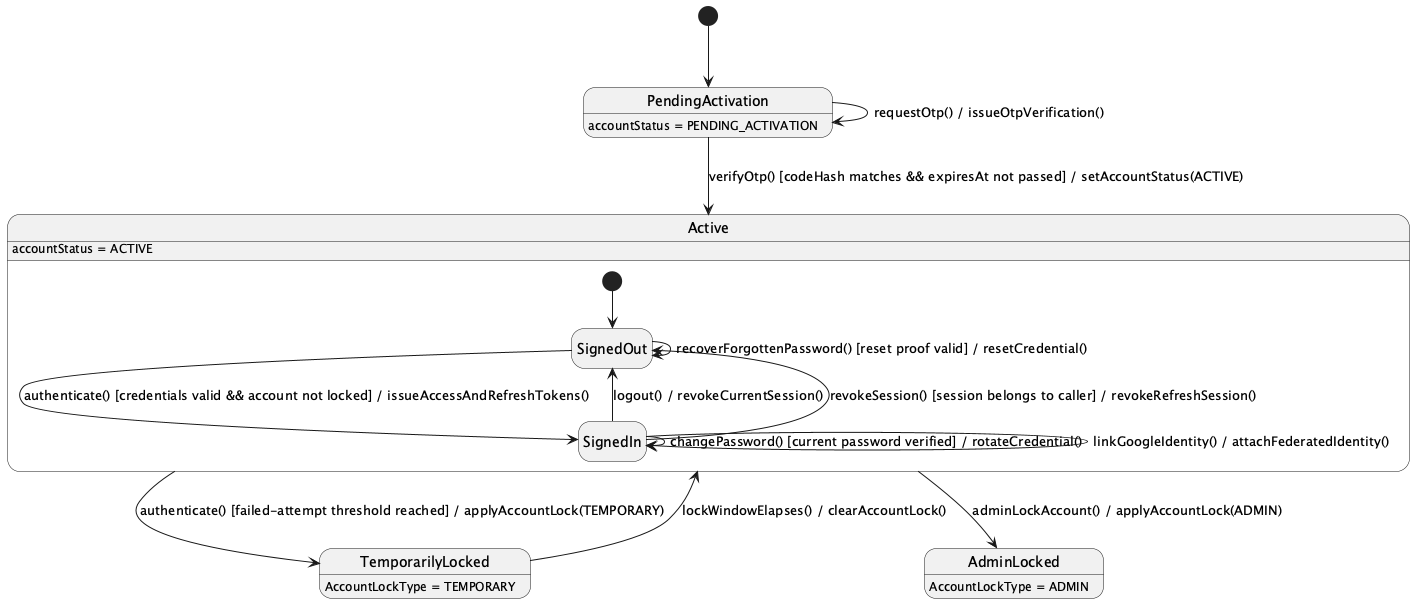
ChuongBDHE172784/CareBridge_SEP490_G79 keeps this PlantUML diagram as 03_Design/Detailed_Design/MF01_Account_Trust_Access_Control/images/01_Account_Registration_Authentication_and_Sessions_StateChartDiagram.png. Above is the earlier version. Its diagram source:
```plantuml
@startuml
hide empty description
[*] --> PendingActivation

PendingActivation --> PendingActivation : requestOtp() / issueOtpVerification()
PendingActivation --> Active : verifyOtp() [codeHash matches && expiresAt not passed] / setAccountStatus(ACTIVE)

Active --> TemporarilyLocked : authenticate() [failed-attempt threshold reached] / applyAccountLock(TEMPORARY)
TemporarilyLocked --> Active : lockWindowElapses() / clearAccountLock()
Active --> AdminLocked : adminLockAccount() / applyAccountLock(ADMIN)

state Active {
  [*] --> SignedOut
  SignedOut --> SignedIn : authenticate() [credentials valid && account not locked] / issueAccessAndRefreshTokens()
  SignedIn --> SignedOut : logout() / revokeCurrentSession()
  SignedIn --> SignedOut : revokeSession() [session belongs to caller] / revokeRefreshSession()
  SignedIn --> SignedIn : changePassword() [current password verified] / rotateCredential()
  SignedIn --> SignedIn : linkGoogleIdentity() / attachFederatedIdentity()
  SignedOut --> SignedOut : recoverForgottenPassword() [reset proof valid] / resetCredential()
}

PendingActivation : accountStatus = PENDING_ACTIVATION
Active : accountStatus = ACTIVE
TemporarilyLocked : AccountLockType = TEMPORARY
AdminLocked : AccountLockType = ADMIN
@enduml
```
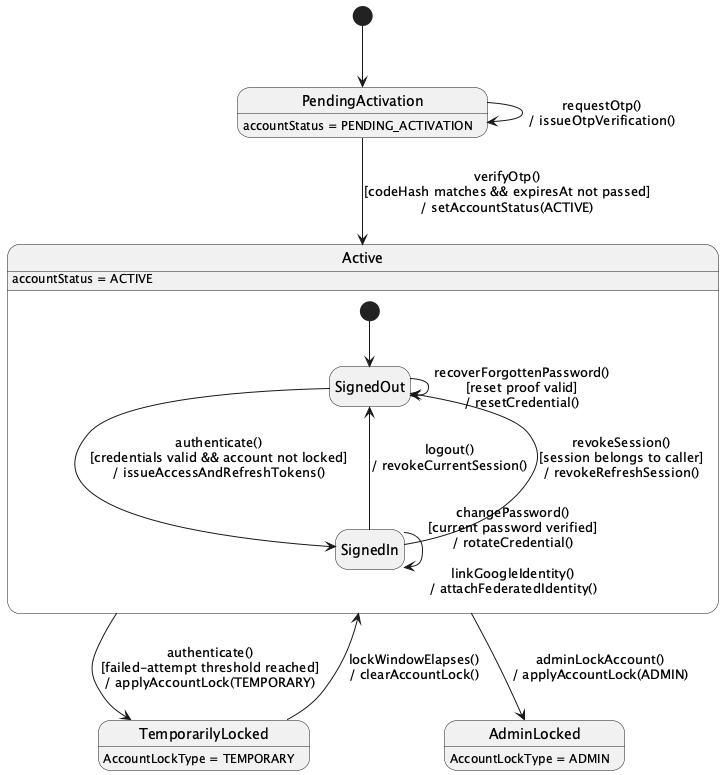
Above is the later version.

Diff of the diagram source:
```diff
@@ -1,22 +1,21 @@
-@startuml
+@startuml StateChartDiagram_01AccountRegistrationAuthenticationandSessions
 hide empty description
 [*] --> PendingActivation
 
-PendingActivation --> PendingActivation : requestOtp() / issueOtpVerification()
-PendingActivation --> Active : verifyOtp() [codeHash matches && expiresAt not passed] / setAccountStatus(ACTIVE)
+PendingActivation --> PendingActivation : requestOtp()\n/ issueOtpVerification()
+PendingActivation --> Active : verifyOtp()\n[codeHash matches && expiresAt not passed]\n/ setAccountStatus(ACTIVE)
 
-Active --> TemporarilyLocked : authenticate() [failed-attempt threshold reached] / applyAccountLock(TEMPORARY)
-TemporarilyLocked --> Active : lockWindowElapses() / clearAccountLock()
-Active --> AdminLocked : adminLockAccount() / applyAccountLock(ADMIN)
+Active --> TemporarilyLocked : authenticate()\n[failed-attempt threshold reached]\n/ applyAccountLock(TEMPORARY)
+TemporarilyLocked --> Active : lockWindowElapses()\n/ clearAccountLock()
+Active --> AdminLocked : adminLockAccount()\n/ applyAccountLock(ADMIN)
 
 state Active {
   [*] --> SignedOut
-  SignedOut --> SignedIn : authenticate() [credentials valid && account not locked] / issueAccessAndRefreshTokens()
-  SignedIn --> SignedOut : logout() / revokeCurrentSession()
-  SignedIn --> SignedOut : revokeSession() [session belongs to caller] / revokeRefreshSession()
-  SignedIn --> SignedIn : changePassword() [current password verified] / rotateCredential()
-  SignedIn --> SignedIn : linkGoogleIdentity() / attachFederatedIdentity()
-  SignedOut --> SignedOut : recoverForgottenPassword() [reset proof valid] / resetCredential()
+  SignedOut --> SignedIn : authenticate()\n[credentials valid && account not locked]\n/ issueAccessAndRefreshTokens()
+  SignedIn --> SignedOut : logout()\n/ revokeCurrentSession()
+  SignedIn --> SignedOut : revokeSession()\n[session belongs to caller]\n/ revokeRefreshSession()
+  SignedIn --> SignedIn : changePassword()\n[current password verified]\n/ rotateCredential()\n\nlinkGoogleIdentity()\n/ attachFederatedIdentity()
+  SignedOut --> SignedOut : recoverForgottenPassword()\n[reset proof valid]\n/ resetCredential()
 }
 
 PendingActivation : accountStatus = PENDING_ACTIVATION
```
